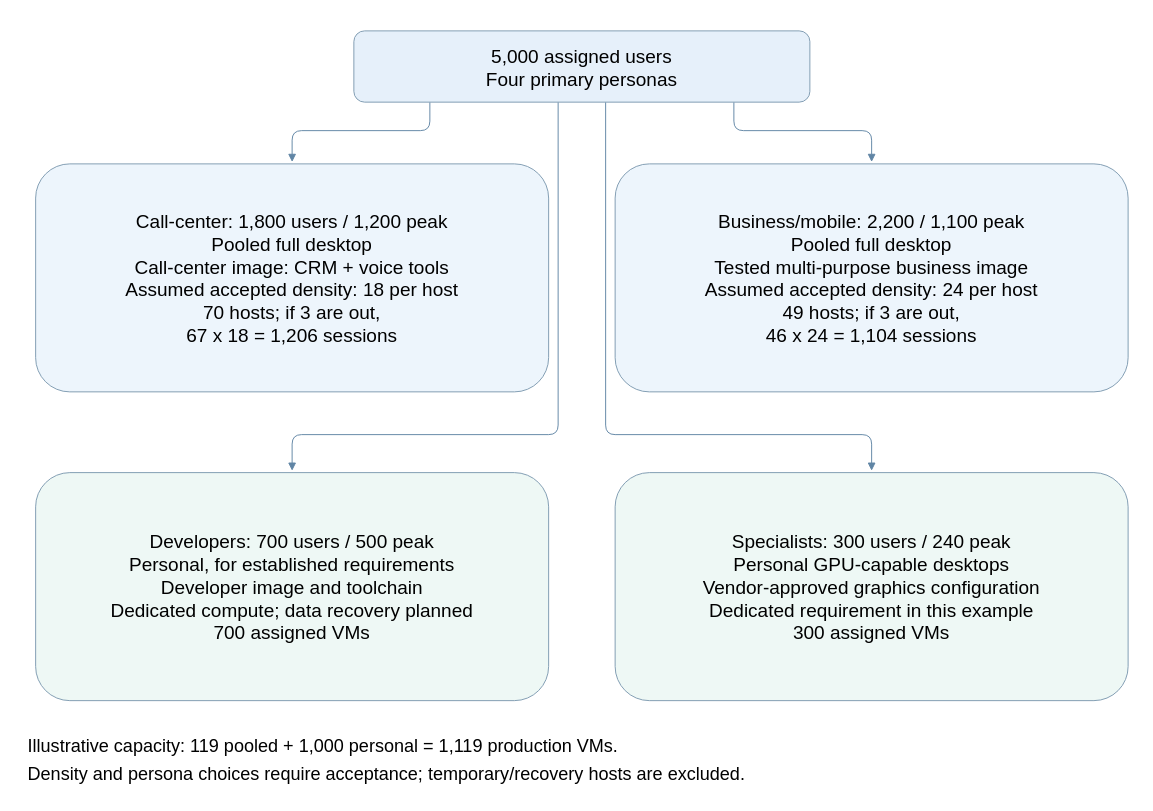
The draw.io diagram src/img/avd/AVD-Post-06-company-pool-plan.drawio in AddySidd27/cloud-ai-notes, before the edit. Source tidied: cells renumbered, new cells numbered last; positions are measured from the earlier drawing's top-left corner, leaving out a move shared by most shapes. Both pictures are drawn from the tidied source at 95%, with x=0, y=0 at pixel (26, 30). Pictures stored in the file or linked from it are replaced by grey dashed boxes.
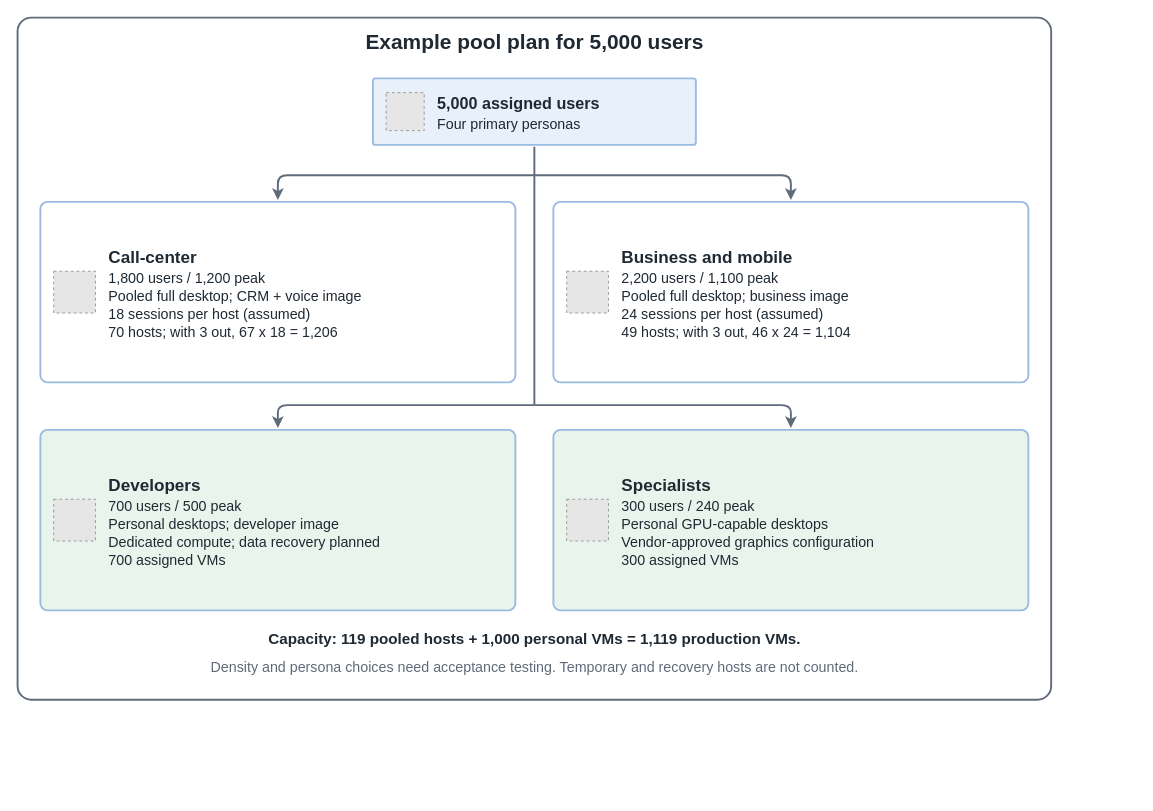
After the change.

The edit, as a diff of the source:
```diff
@@
-    <mxCell id="2" style="edgeStyle=none;endArrow=block;strokeColor=#6085a5;" parent="1" edge="1">
-      <mxGeometry relative="1" as="geometry">
-        <mxPoint x="425" y="75" as="sourcePoint" />
-        <mxPoint x="280" y="138" as="targetPoint" />
-        <Array as="points">
-          <mxPoint x="425" y="105" />
-          <mxPoint x="280" y="105" />
-        </Array>
-      </mxGeometry>
-    </mxCell>
-    <mxCell id="3" style="edgeStyle=none;endArrow=block;strokeColor=#6085a5;" parent="1" edge="1">
-      <mxGeometry relative="1" as="geometry">
-        <mxPoint x="745" y="75" as="sourcePoint" />
-        <mxPoint x="890" y="138" as="targetPoint" />
-        <Array as="points">
-          <mxPoint x="745" y="105" />
-          <mxPoint x="890" y="105" />
-        </Array>
-      </mxGeometry>
-    </mxCell>
-    <mxCell id="4" style="edgeStyle=none;endArrow=block;strokeColor=#6085a5;" parent="1" edge="1">
-      <mxGeometry relative="1" as="geometry">
-        <mxPoint x="560" y="75" as="sourcePoint" />
-        <mxPoint x="280" y="463" as="targetPoint" />
-        <Array as="points">
-          <mxPoint x="560" y="425" />
-          <mxPoint x="280" y="425" />
-        </Array>
-      </mxGeometry>
-    </mxCell>
-    <mxCell id="5" style="edgeStyle=none;endArrow=block;strokeColor=#6085a5;" parent="1" edge="1">
-      <mxGeometry relative="1" as="geometry">
-        <mxPoint x="610" y="75" as="sourcePoint" />
-        <mxPoint x="890" y="463" as="targetPoint" />
-        <Array as="points">
-          <mxPoint x="610" y="425" />
-          <mxPoint x="890" y="425" />
-        </Array>
-      </mxGeometry>
-    </mxCell>
-    <mxCell id="6" value="5,000 assigned users&lt;br&gt;Four primary personas" style="rounded=1;whiteSpace=wrap;html=1;fillColor=#e6f0fa;strokeColor=#7e9ab0;fontSize=20;" parent="1" vertex="1">
-      <mxGeometry x="345" width="480" height="75" as="geometry" />
-    </mxCell>
-    <mxCell id="7" value="Call-center: 1,800 users / 1,200 peak&lt;br&gt;Pooled full desktop&lt;br&gt;Call-center image: CRM + voice tools&lt;br&gt;Assumed accepted density: 18 per host&lt;br&gt;70 hosts; if 3 are out,&lt;br&gt;67 x 18 = 1,206 sessions" style="rounded=1;whiteSpace=wrap;html=1;fillColor=#edf5fc;strokeColor=#7e9ab0;fontSize=20;" parent="1" vertex="1">
-      <mxGeometry x="10" y="140" width="540" height="240" as="geometry" />
-    </mxCell>
-    <mxCell id="8" value="Business/mobile: 2,200 / 1,100 peak&lt;br&gt;Pooled full desktop&lt;br&gt;Tested multi-purpose business image&lt;br&gt;Assumed accepted density: 24 per host&lt;br&gt;49 hosts; if 3 are out,&lt;br&gt;46 x 24 = 1,104 sessions" style="rounded=1;whiteSpace=wrap;html=1;fillColor=#edf5fc;strokeColor=#7e9ab0;fontSize=20;" parent="1" vertex="1">
-      <mxGeometry x="620" y="140" width="540" height="240" as="geometry" />
-    </mxCell>
-    <mxCell id="9" value="Developers: 700 users / 500 peak&lt;br&gt;Personal, for established requirements&lt;br&gt;Developer image and toolchain&lt;br&gt;Dedicated compute; data recovery planned&lt;br&gt;700 assigned VMs" style="rounded=1;whiteSpace=wrap;html=1;fillColor=#eef8f5;strokeColor=#7e9ab0;fontSize=20;" parent="1" vertex="1">
-      <mxGeometry x="10" y="465" width="540" height="240" as="geometry" />
-    </mxCell>
-    <mxCell id="10" value="Specialists: 300 users / 240 peak&lt;br&gt;Personal GPU-capable desktops&lt;br&gt;Vendor-approved graphics configuration&lt;br&gt;Dedicated requirement in this example&lt;br&gt;300 assigned VMs" style="rounded=1;whiteSpace=wrap;html=1;fillColor=#eef8f5;strokeColor=#7e9ab0;fontSize=20;" parent="1" vertex="1">
-      <mxGeometry x="620" y="465" width="540" height="240" as="geometry" />
-    </mxCell>
-    <mxCell id="11" value="Illustrative capacity: 119 pooled + 1,000 personal = 1,119 production VMs." style="text;html=0;strokeColor=none;fillColor=none;fontSize=19;" parent="1" vertex="1">
-      <mxGeometry y="735" width="1170" height="40" as="geometry" />
-    </mxCell>
-    <mxCell id="12" value="Density and persona choices require acceptance; temporary/recovery hosts are excluded." style="text;html=0;strokeColor=none;fillColor=none;fontSize=19;" parent="1" vertex="1">
-      <mxGeometry y="764" width="1170" height="40" as="geometry" />
-    </mxCell>
+    <mxCell id="13" style="rounded=1;arcSize=2;html=1;fillColor=#ffffff;strokeColor=#5f6b7a;strokeWidth=2;" parent="1" vertex="1">
+      <mxGeometry x="-9" y="-14" width="1088" height="718" as="geometry" />
+    </mxCell>
+    <mxCell id="14" value="&lt;b&gt;Example pool plan for 5,000 users&lt;/b&gt;" style="text;html=1;align=center;verticalAlign=middle;fontSize=22;fontColor=#1f2933;" parent="1" vertex="1">
+      <mxGeometry x="317.5" y="-2" width="435" height="30" as="geometry" />
+    </mxCell>
+    <mxCell id="15" style="rounded=1;arcSize=4;html=1;fillColor=#e8f0fa;strokeColor=#9bbbe0;strokeWidth=2;" parent="1" vertex="1">
+      <mxGeometry x="365" y="50" width="340" height="70" as="geometry" />
+    </mxCell>
+    <mxCell id="16" style="fillColor=#E6E6E6;strokeColor=#999999;dashed=1;html=1;" parent="1" vertex="1">
+      <mxGeometry x="379" y="65" width="40" height="40" as="geometry" />
+    </mxCell>
+    <mxCell id="17" value="&lt;b&gt;5,000 assigned users&lt;/b&gt;" style="text;html=1;align=left;verticalAlign=middle;fontSize=17;fontColor=#1f2933;" parent="1" vertex="1">
+      <mxGeometry x="431" y="65" width="204" height="25" as="geometry" />
+    </mxCell>
+    <mxCell id="18" value="Four primary personas" style="text;html=1;align=left;verticalAlign=middle;fontSize=15;fontColor=#1f2933;" parent="1" vertex="1">
+      <mxGeometry x="431" y="86" width="189" height="23" as="geometry" />
+    </mxCell>
+    <mxCell id="19" style="rounded=1;arcSize=4;html=1;fillColor=#ffffff;strokeColor=#9bbbe0;strokeWidth=2;" parent="1" vertex="1">
+      <mxGeometry x="15" y="180" width="500" height="190" as="geometry" />
+    </mxCell>
+    <mxCell id="20" style="fillColor=#E6E6E6;strokeColor=#999999;dashed=1;html=1;" parent="1" vertex="1">
+      <mxGeometry x="29" y="253" width="44" height="44" as="geometry" />
+    </mxCell>
+    <mxCell id="21" value="&lt;b&gt;Call-center&lt;/b&gt;" style="text;html=1;align=left;verticalAlign=middle;fontSize=18;fontColor=#1f2933;" parent="1" vertex="1">
+      <mxGeometry x="85" y="226" width="118" height="26" as="geometry" />
+    </mxCell>
+    <mxCell id="22" value="1,800 users / 1,200 peak" style="text;html=1;align=left;verticalAlign=middle;fontSize=15;fontColor=#1f2933;" parent="1" vertex="1">
+      <mxGeometry x="85" y="248" width="216" height="23" as="geometry" />
+    </mxCell>
+    <mxCell id="23" value="Pooled full desktop; CRM + voice image" style="text;html=1;align=left;verticalAlign=middle;fontSize=15;fontColor=#1f2933;" parent="1" vertex="1">
+      <mxGeometry x="85" y="267" width="342" height="23" as="geometry" />
+    </mxCell>
+    <mxCell id="24" value="18 sessions per host (assumed)" style="text;html=1;align=left;verticalAlign=middle;fontSize=15;fontColor=#1f2933;" parent="1" vertex="1">
+      <mxGeometry x="85" y="286" width="270" height="23" as="geometry" />
+    </mxCell>
+    <mxCell id="25" value="70 hosts; with 3 out, 67 x 18 = 1,206" style="text;html=1;align=left;verticalAlign=middle;fontSize=15;fontColor=#1f2933;" parent="1" vertex="1">
+      <mxGeometry x="85" y="305" width="333" height="23" as="geometry" />
+    </mxCell>
+    <mxCell id="26" style="rounded=1;arcSize=4;html=1;fillColor=#ffffff;strokeColor=#9bbbe0;strokeWidth=2;" parent="1" vertex="1">
+      <mxGeometry x="555" y="180" width="500" height="190" as="geometry" />
+    </mxCell>
+    <mxCell id="27" style="fillColor=#E6E6E6;strokeColor=#999999;dashed=1;html=1;" parent="1" vertex="1">
+      <mxGeometry x="569" y="253" width="44" height="44" as="geometry" />
+    </mxCell>
+    <mxCell id="28" value="&lt;b&gt;Business and mobile&lt;/b&gt;" style="text;html=1;align=left;verticalAlign=middle;fontSize=18;fontColor=#1f2933;" parent="1" vertex="1">
+      <mxGeometry x="625" y="226" width="205" height="26" as="geometry" />
+    </mxCell>
+    <mxCell id="29" value="2,200 users / 1,100 peak" style="text;html=1;align=left;verticalAlign=middle;fontSize=15;fontColor=#1f2933;" parent="1" vertex="1">
+      <mxGeometry x="625" y="248" width="216" height="23" as="geometry" />
+    </mxCell>
+    <mxCell id="30" value="Pooled full desktop; business image" style="text;html=1;align=left;verticalAlign=middle;fontSize=15;fontColor=#1f2933;" parent="1" vertex="1">
+      <mxGeometry x="625" y="267" width="315" height="23" as="geometry" />
+    </mxCell>
+    <mxCell id="31" value="24 sessions per host (assumed)" style="text;html=1;align=left;verticalAlign=middle;fontSize=15;fontColor=#1f2933;" parent="1" vertex="1">
+      <mxGeometry x="625" y="286" width="270" height="23" as="geometry" />
+    </mxCell>
+    <mxCell id="32" value="49 hosts; with 3 out, 46 x 24 = 1,104" style="text;html=1;align=left;verticalAlign=middle;fontSize=15;fontColor=#1f2933;" parent="1" vertex="1">
+      <mxGeometry x="625" y="305" width="333" height="23" as="geometry" />
+    </mxCell>
+    <mxCell id="33" style="rounded=1;arcSize=4;html=1;fillColor=#e9f5ec;strokeColor=#9bbbe0;strokeWidth=2;" parent="1" vertex="1">
+      <mxGeometry x="15" y="420" width="500" height="190" as="geometry" />
+    </mxCell>
+    <mxCell id="34" style="fillColor=#E6E6E6;strokeColor=#999999;dashed=1;html=1;" parent="1" vertex="1">
+      <mxGeometry x="29" y="493" width="44" height="44" as="geometry" />
+    </mxCell>
+    <mxCell id="35" value="&lt;b&gt;Developers&lt;/b&gt;" style="text;html=1;align=left;verticalAlign=middle;fontSize=18;fontColor=#1f2933;" parent="1" vertex="1">
+      <mxGeometry x="85" y="466" width="108" height="26" as="geometry" />
+    </mxCell>
+    <mxCell id="36" value="700 users / 500 peak" style="text;html=1;align=left;verticalAlign=middle;fontSize=15;fontColor=#1f2933;" parent="1" vertex="1">
+      <mxGeometry x="85" y="488" width="180" height="23" as="geometry" />
+    </mxCell>
+    <mxCell id="37" value="Personal desktops; developer image" style="text;html=1;align=left;verticalAlign=middle;fontSize=15;fontColor=#1f2933;" parent="1" vertex="1">
+      <mxGeometry x="85" y="507" width="306" height="23" as="geometry" />
+    </mxCell>
+    <mxCell id="38" value="Dedicated compute; data recovery planned" style="text;html=1;align=left;verticalAlign=middle;fontSize=15;fontColor=#1f2933;" parent="1" vertex="1">
+      <mxGeometry x="85" y="526" width="360" height="23" as="geometry" />
+    </mxCell>
+    <mxCell id="39" value="700 assigned VMs" style="text;html=1;align=left;verticalAlign=middle;fontSize=15;fontColor=#1f2933;" parent="1" vertex="1">
+      <mxGeometry x="85" y="545" width="144" height="23" as="geometry" />
+    </mxCell>
+    <mxCell id="40" style="rounded=1;arcSize=4;html=1;fillColor=#e9f5ec;strokeColor=#9bbbe0;strokeWidth=2;" parent="1" vertex="1">
+      <mxGeometry x="555" y="420" width="500" height="190" as="geometry" />
+    </mxCell>
+    <mxCell id="41" style="fillColor=#E6E6E6;strokeColor=#999999;dashed=1;html=1;" parent="1" vertex="1">
+      <mxGeometry x="569" y="493" width="44" height="44" as="geometry" />
+    </mxCell>
+    <mxCell id="42" value="&lt;b&gt;Specialists&lt;/b&gt;" style="text;html=1;align=left;verticalAlign=middle;fontSize=18;fontColor=#1f2933;" parent="1" vertex="1">
+      <mxGeometry x="625" y="466" width="118" height="26" as="geometry" />
+    </mxCell>
+    <mxCell id="43" value="300 users / 240 peak" style="text;html=1;align=left;verticalAlign=middle;fontSize=15;fontColor=#1f2933;" parent="1" vertex="1">
+      <mxGeometry x="625" y="488" width="180" height="23" as="geometry" />
+    </mxCell>
+    <mxCell id="44" value="Personal GPU-capable desktops" style="text;html=1;align=left;verticalAlign=middle;fontSize=15;fontColor=#1f2933;" parent="1" vertex="1">
+      <mxGeometry x="625" y="507" width="261" height="23" as="geometry" />
+    </mxCell>
+    <mxCell id="45" value="Vendor-approved graphics configuration" style="text;html=1;align=left;verticalAlign=middle;fontSize=15;fontColor=#1f2933;" parent="1" vertex="1">
+      <mxGeometry x="625" y="526" width="342" height="23" as="geometry" />
+    </mxCell>
+    <mxCell id="46" value="300 assigned VMs" style="text;html=1;align=left;verticalAlign=middle;fontSize=15;fontColor=#1f2933;" parent="1" vertex="1">
+      <mxGeometry x="625" y="545" width="144" height="23" as="geometry" />
+    </mxCell>
+    <mxCell id="47" style="edgeStyle=none;html=1;endArrow=none;startArrow=none;strokeColor=#5f6b7a;strokeWidth=2;" parent="1" edge="1">
+      <mxGeometry relative="1" as="geometry">
+        <mxPoint x="535" y="122" as="sourcePoint" />
+        <mxPoint x="535" y="394" as="targetPoint" />
+      </mxGeometry>
+    </mxCell>
+    <mxCell id="48" style="edgeStyle=none;html=1;endArrow=classic;startArrow=none;strokeColor=#5f6b7a;strokeWidth=2;" parent="1" edge="1">
+      <mxGeometry relative="1" as="geometry">
+        <mxPoint x="535" y="152" as="sourcePoint" />
+        <mxPoint x="265" y="178" as="targetPoint" />
+        <Array as="points">
+          <mxPoint x="265" y="152" />
+        </Array>
+      </mxGeometry>
+    </mxCell>
+    <mxCell id="49" style="edgeStyle=none;html=1;endArrow=classic;startArrow=none;strokeColor=#5f6b7a;strokeWidth=2;" parent="1" edge="1">
+      <mxGeometry relative="1" as="geometry">
+        <mxPoint x="535" y="152" as="sourcePoint" />
+        <mxPoint x="805" y="178" as="targetPoint" />
+        <Array as="points">
+          <mxPoint x="805" y="152" />
+        </Array>
+      </mxGeometry>
+    </mxCell>
+    <mxCell id="50" style="edgeStyle=none;html=1;endArrow=classic;startArrow=none;strokeColor=#5f6b7a;strokeWidth=2;" parent="1" edge="1">
+      <mxGeometry relative="1" as="geometry">
+        <mxPoint x="535" y="394" as="sourcePoint" />
+        <mxPoint x="265" y="418" as="targetPoint" />
+        <Array as="points">
+          <mxPoint x="265" y="394" />
+        </Array>
+      </mxGeometry>
+    </mxCell>
+    <mxCell id="51" style="edgeStyle=none;html=1;endArrow=classic;startArrow=none;strokeColor=#5f6b7a;strokeWidth=2;" parent="1" edge="1">
+      <mxGeometry relative="1" as="geometry">
+        <mxPoint x="535" y="394" as="sourcePoint" />
+        <mxPoint x="805" y="418" as="targetPoint" />
+        <Array as="points">
+          <mxPoint x="805" y="394" />
+        </Array>
+      </mxGeometry>
+    </mxCell>
+    <mxCell id="52" value="&lt;b&gt;Capacity: 119 pooled hosts + 1,000 personal VMs = 1,119 production VMs.&lt;/b&gt;" style="text;html=1;align=center;verticalAlign=middle;fontSize=16;fontColor=#1f2933;" parent="1" vertex="1">
+      <mxGeometry x="194.5" y="628" width="681" height="24" as="geometry" />
+    </mxCell>
+    <mxCell id="53" value="Density and persona choices need acceptance testing. Temporary and recovery hosts are not counted." style="text;html=1;align=center;verticalAlign=middle;fontSize=15;fontColor=#5f6b7a;" parent="1" vertex="1">
+      <mxGeometry x="94" y="657" width="882" height="23" as="geometry" />
+    </mxCell>
```
